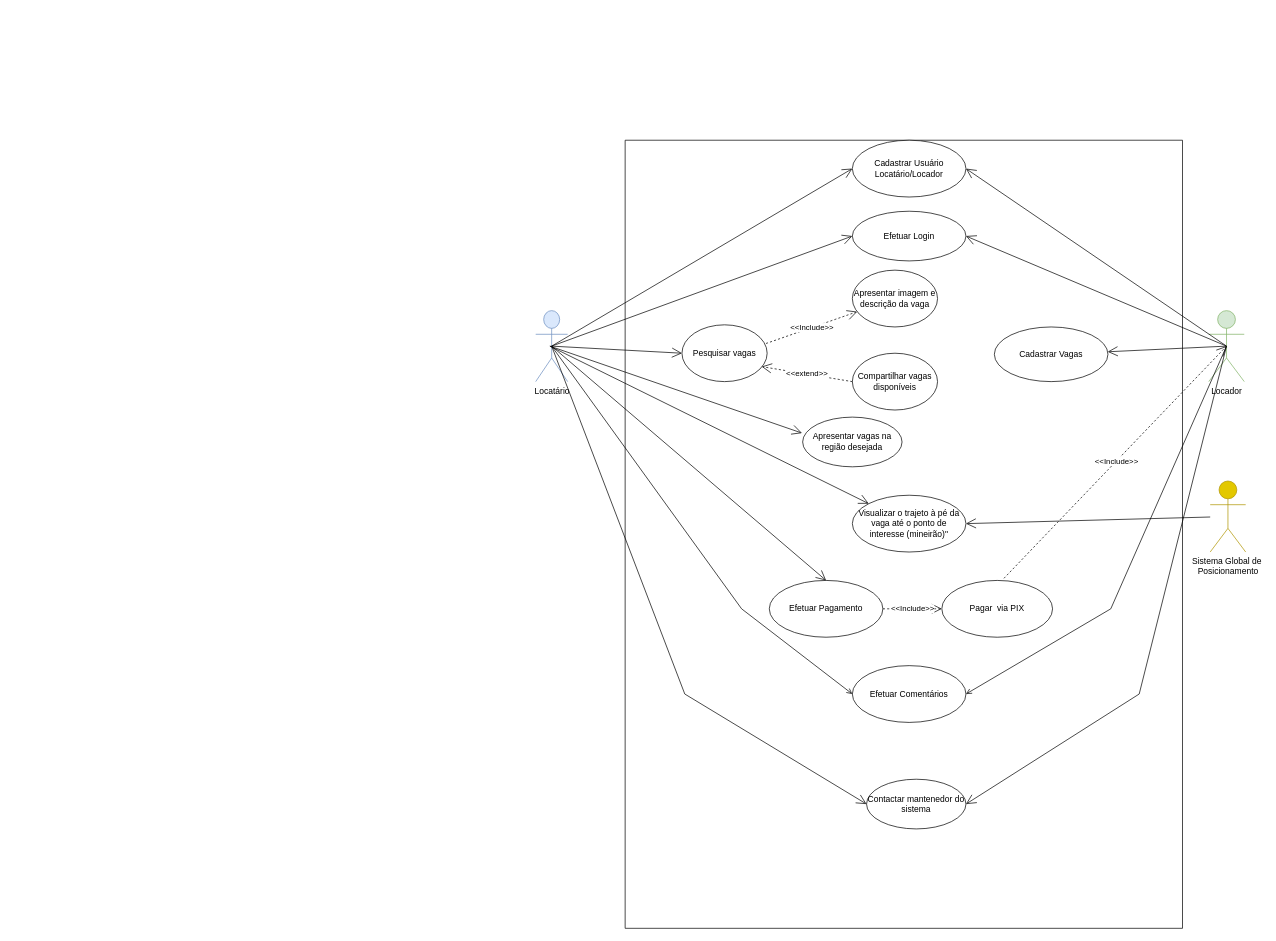
This is docs/Diagrama/Diagrama sem nome.drawio from ICEI-PUC-Minas-PMV-ADS/pmv-ads-2023-2-e2-proj-int-t3-park4you, a draw.io file, before an edit. Source tidied: cells renumbered, new cells numbered last; positions are measured from the earlier drawing's top-left corner, leaving out a move shared by most shapes. Both pictures are drawn from the tidied source at 71%, with x=0, y=0 at pixel (535, 140).
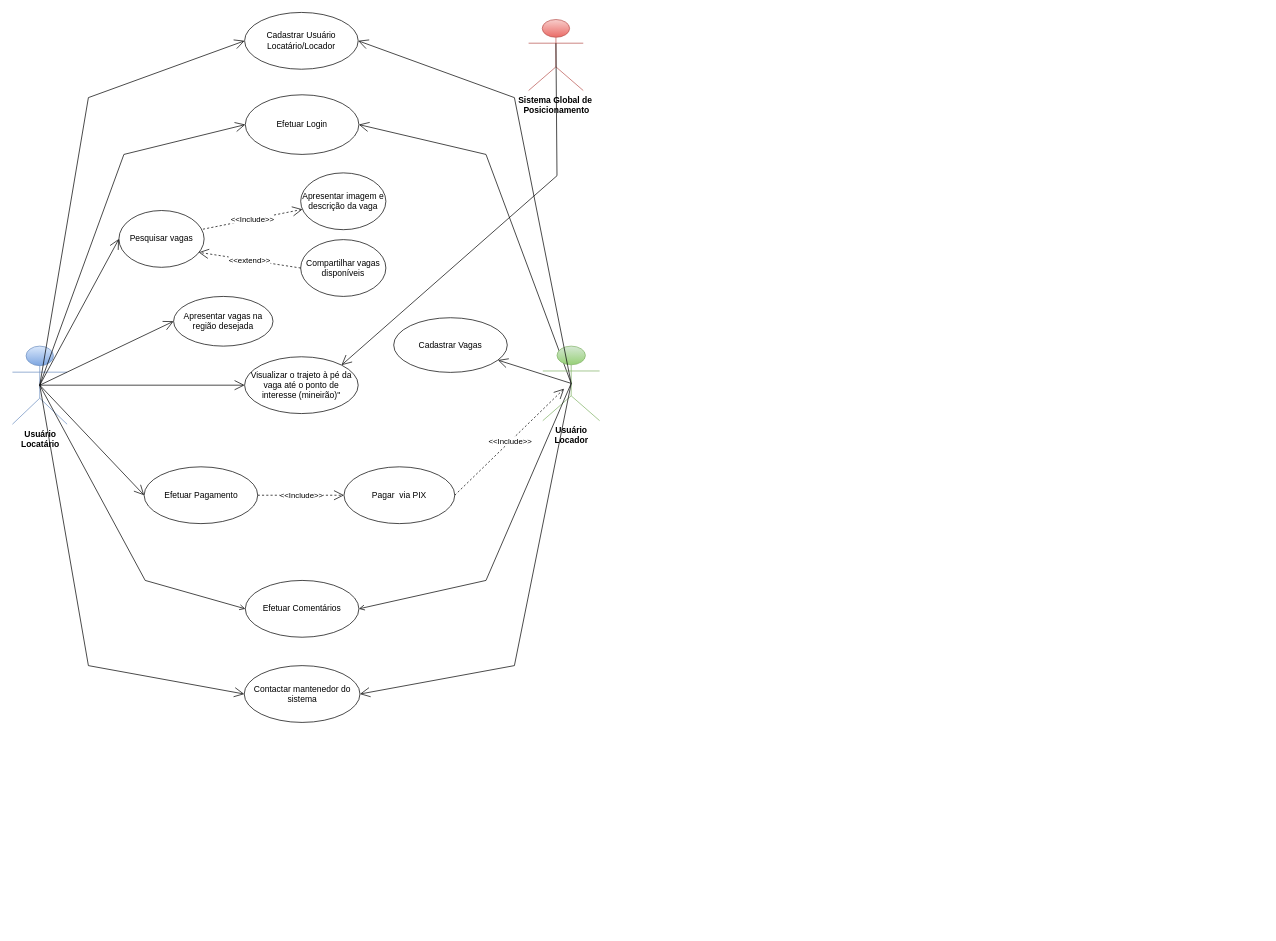
The same page after the edit.

Change to the diagram source:
```diff
@@
-    <mxCell id="2" style="swimlane;startSize=0;" parent="1" vertex="1">
-      <mxGeometry x="126" width="785" height="1110" as="geometry" />
+    <mxCell id="2" style="swimlane;startSize=0;swimlaneLine=1;opacity=0;" parent="1" vertex="1">
+      <mxGeometry x="-670" y="-180" width="680" height="1050" as="geometry" />
     </mxCell>
     <mxCell id="3" value="Apresentar vagas na região desejada" style="ellipse;whiteSpace=wrap;html=1;" parent="2" vertex="1">
-      <mxGeometry x="250" y="390" width="140" height="70" as="geometry" />
+      <mxGeometry x="160" y="400" width="140" height="70" as="geometry" />
     </mxCell>
     <mxCell id="4" value="Visualizar o trajeto à pé da vaga até o ponto de interesse (mineirão)&quot;" style="ellipse;whiteSpace=wrap;html=1;" parent="2" vertex="1">
-      <mxGeometry x="320" y="500" width="160" height="80" as="geometry" />
+      <mxGeometry x="260" y="485" width="160" height="80" as="geometry" />
     </mxCell>
     <mxCell id="5" value="Apresentar imagem e descrição da vaga" style="ellipse;whiteSpace=wrap;html=1;" parent="2" vertex="1">
-      <mxGeometry x="320" y="183" width="120" height="80" as="geometry" />
+      <mxGeometry x="339" y="226" width="120" height="80" as="geometry" />
     </mxCell>
     <mxCell id="6" value="Cadastrar Usuário&lt;br&gt;Locatário/Locador" style="ellipse;whiteSpace=wrap;html=1;" parent="2" vertex="1">
-      <mxGeometry x="320" width="160" height="80" as="geometry" />
+      <mxGeometry x="260" width="160" height="80" as="geometry" />
     </mxCell>
     <mxCell id="7" value="Contactar mantenedor do sistema" style="ellipse;whiteSpace=wrap;html=1;" parent="2" vertex="1">
-      <mxGeometry x="340" y="900" width="140" height="70" as="geometry" />
+      <mxGeometry x="259.5" y="920" width="163" height="80" as="geometry" />
     </mxCell>
     <mxCell id="8" value="Efetuar Pagamento" style="ellipse;whiteSpace=wrap;html=1;" parent="2" vertex="1">
-      <mxGeometry x="203" y="620" width="160" height="80" as="geometry" />
+      <mxGeometry x="118.5" y="640" width="160" height="80" as="geometry" />
     </mxCell>
     <mxCell id="9" value="Efetuar Login" style="ellipse;whiteSpace=wrap;html=1;" parent="2" vertex="1">
-      <mxGeometry x="320" y="100" width="160" height="70" as="geometry" />
+      <mxGeometry x="261" y="116" width="160" height="84" as="geometry" />
     </mxCell>
     <mxCell id="10" value="Compartilhar vagas disponíveis" style="ellipse;whiteSpace=wrap;html=1;" parent="2" vertex="1">
-      <mxGeometry x="320" y="300" width="120" height="80" as="geometry" />
+      <mxGeometry x="339" y="320" width="120" height="80" as="geometry" />
     </mxCell>
     <mxCell id="11" value="Cadastrar Vagas" style="ellipse;whiteSpace=wrap;html=1;" parent="2" vertex="1">
-      <mxGeometry x="520" y="263" width="160" height="77" as="geometry" />
+      <mxGeometry x="470" y="430" width="160" height="77" as="geometry" />
     </mxCell>
     <mxCell id="12" value="Pagar&amp;nbsp; via PIX" style="ellipse;whiteSpace=wrap;html=1;" parent="2" vertex="1">
-      <mxGeometry x="446" y="620" width="156" height="80" as="geometry" />
+      <mxGeometry x="400" y="640" width="156" height="80" as="geometry" />
     </mxCell>
     <mxCell id="13" value="Efetuar Comentários" style="ellipse;whiteSpace=wrap;html=1;" parent="2" vertex="1">
-      <mxGeometry x="320" y="740" width="160" height="80" as="geometry" />
+      <mxGeometry x="261" y="800" width="160" height="80" as="geometry" />
     </mxCell>
     <mxCell id="14" value="Pesquisar vagas" style="ellipse;whiteSpace=wrap;html=1;" parent="2" vertex="1">
-      <mxGeometry x="80" y="260" width="120" height="80" as="geometry" />
+      <mxGeometry x="83" y="279" width="120" height="80" as="geometry" />
     </mxCell>
@@
-    <mxCell id="18" value="Locatário" style="shape=umlActor;verticalLabelPosition=bottom;verticalAlign=top;html=1;outlineConnect=0;fillColor=#dae8fc;strokeColor=#6c8ebf;" parent="1" vertex="1">
-      <mxGeometry y="240" width="45" height="100" as="geometry" />
+    <mxCell id="18" value="Usuário &lt;br&gt;Locatário" style="shape=umlActor;verticalLabelPosition=bottom;verticalAlign=top;html=1;outlineConnect=0;fillColor=#dae8fc;strokeColor=#6c8ebf;fontStyle=1;gradientColor=#7ea6e0;" parent="1" vertex="1">
+      <mxGeometry x="-737" y="290" width="77" height="110" as="geometry" />
     </mxCell>
-    <mxCell id="19" value="Sistema Global de&amp;nbsp;&lt;br&gt;Posicionamento" style="shape=umlActor;verticalLabelPosition=bottom;verticalAlign=top;html=1;fillColor=#e3c800;fontColor=#000000;strokeColor=#B09500;" parent="1" vertex="1">
-      <mxGeometry x="950" y="480" width="50" height="100" as="geometry" />
+    <mxCell id="19" value="&lt;b&gt;Sistema Global de&amp;nbsp;&lt;br&gt;Posicionamento&lt;/b&gt;" style="shape=umlActor;verticalLabelPosition=bottom;verticalAlign=top;html=1;fillColor=#f8cecc;strokeColor=#b85450;gradientColor=#ea6b66;" parent="1" vertex="1">
+      <mxGeometry x="-10" y="-170" width="77" height="100" as="geometry" />
     </mxCell>
     <mxCell id="20" style="endArrow=open;endFill=1;endSize=12;html=1;rounded=0;exitX=0.5;exitY=0.5;exitDx=0;exitDy=0;exitPerimeter=0;entryX=0;entryY=0.5;entryDx=0;entryDy=0;" parent="1" edge="1" source="18" target="6">
-      <mxGeometry relative="1" as="geometry" />
+      <mxGeometry relative="1" as="geometry">
+        <Array as="points">
+          <mxPoint x="-630" y="-60" />
+        </Array>
+      </mxGeometry>
     </mxCell>
     <mxCell id="21" style="endArrow=open;endFill=1;endSize=12;html=1;rounded=0;entryX=0;entryY=0.5;entryDx=0;entryDy=0;exitX=0.5;exitY=0.5;exitDx=0;exitDy=0;exitPerimeter=0;" parent="1" edge="1" source="18" target="9">
-      <mxGeometry relative="1" as="geometry" />
+      <mxGeometry relative="1" as="geometry">
+        <Array as="points">
+          <mxPoint x="-580" y="20" />
+        </Array>
+      </mxGeometry>
     </mxCell>
@@
-    <mxCell id="23" style="endArrow=open;endFill=1;endSize=12;html=1;rounded=0;" parent="1" edge="1" target="4">
-      <mxGeometry relative="1" as="geometry">
-        <mxPoint x="20" y="290" as="sourcePoint" />
-      </mxGeometry>
+    <mxCell id="23" style="endArrow=open;endFill=1;endSize=12;html=1;rounded=0;exitX=0.5;exitY=0.5;exitDx=0;exitDy=0;exitPerimeter=0;" parent="1" edge="1" source="18" target="4">
+      <mxGeometry relative="1" as="geometry" />
     </mxCell>
-    <mxCell id="24" style="endArrow=open;endFill=1;endSize=12;html=1;rounded=0;exitX=0.5;exitY=0.5;exitDx=0;exitDy=0;exitPerimeter=0;entryX=0.5;entryY=0;entryDx=0;entryDy=0;" parent="1" edge="1" source="18" target="8">
+    <mxCell id="24" style="endArrow=open;endFill=1;endSize=12;html=1;rounded=0;exitX=0.5;exitY=0.5;exitDx=0;exitDy=0;exitPerimeter=0;entryX=0;entryY=0.5;entryDx=0;entryDy=0;" parent="1" edge="1" source="18" target="8">
       <mxGeometry relative="1" as="geometry" />
     </mxCell>
-    <mxCell id="25" style="endArrow=open;endFill=1;endSize=12;html=1;rounded=0;entryX=1;entryY=0.5;entryDx=0;entryDy=0;" parent="1" edge="1" source="19" target="4">
-      <mxGeometry relative="1" as="geometry" />
+    <mxCell id="25" style="endArrow=open;endFill=1;endSize=12;html=1;rounded=0;entryX=1;entryY=0;entryDx=0;entryDy=0;exitX=0.5;exitY=0.334;exitDx=0;exitDy=0;exitPerimeter=0;" parent="1" edge="1" source="19" target="4">
+      <mxGeometry relative="1" as="geometry">
+        <Array as="points">
+          <mxPoint x="30" y="50" />
+        </Array>
+      </mxGeometry>
     </mxCell>
     <mxCell id="26" style="endArrow=open;endFill=1;html=1;rounded=0;entryX=0;entryY=0.5;entryDx=0;entryDy=0;exitX=0.5;exitY=0.5;exitDx=0;exitDy=0;exitPerimeter=0;" parent="1" edge="1" source="18" target="13">
       <mxGeometry relative="1" as="geometry">
         <Array as="points">
-          <mxPoint x="290" y="660" />
+          <mxPoint x="-550" y="620" />
         </Array>
       </mxGeometry>
     </mxCell>
     <mxCell id="27" style="endArrow=open;endFill=1;endSize=12;html=1;rounded=0;entryX=0;entryY=0.5;entryDx=0;entryDy=0;exitX=0.5;exitY=0.5;exitDx=0;exitDy=0;exitPerimeter=0;" parent="1" edge="1" source="18" target="7">
       <mxGeometry relative="1" as="geometry">
         <Array as="points">
-          <mxPoint x="210" y="780" />
+          <mxPoint x="-630" y="740" />
         </Array>
       </mxGeometry>
     </mxCell>
-    <mxCell id="28" style="endArrow=open;endFill=1;endSize=12;html=1;rounded=0;entryX=-0.007;entryY=0.321;entryDx=0;entryDy=0;entryPerimeter=0;" parent="1" edge="1" target="3">
-      <mxGeometry relative="1" as="geometry">
-        <mxPoint x="20" y="290" as="sourcePoint" />
-      </mxGeometry>
+    <mxCell id="28" style="endArrow=open;endFill=1;endSize=12;html=1;rounded=0;entryX=0;entryY=0.5;entryDx=0;entryDy=0;exitX=0.5;exitY=0.5;exitDx=0;exitDy=0;exitPerimeter=0;" parent="1" edge="1" source="18" target="3">
+      <mxGeometry relative="1" as="geometry" />
     </mxCell>
     <mxCell id="29" style="endArrow=open;endFill=1;endSize=12;html=1;rounded=0;entryX=1;entryY=0.5;entryDx=0;entryDy=0;exitX=0.5;exitY=0.5;exitDx=0;exitDy=0;exitPerimeter=0;" parent="1" edge="1" source="30" target="9">
-      <mxGeometry relative="1" as="geometry" />
+      <mxGeometry relative="1" as="geometry">
+        <Array as="points">
+          <mxPoint x="-70" y="20" />
+        </Array>
+      </mxGeometry>
     </mxCell>
-    <mxCell id="30" value="Locador" style="shape=umlActor;verticalLabelPosition=bottom;verticalAlign=top;html=1;outlineConnect=0;fillColor=#d5e8d4;strokeColor=#82b366;" parent="1" vertex="1">
-      <mxGeometry x="948" y="240" width="50" height="100" as="geometry" />
+    <mxCell id="30" value="Usuário&lt;br&gt;Locador" style="shape=umlActor;verticalLabelPosition=bottom;verticalAlign=top;html=1;outlineConnect=0;fillColor=#d5e8d4;strokeColor=#82b366;fontStyle=1;gradientColor=#97d077;" parent="1" vertex="1">
+      <mxGeometry x="10" y="290" width="80" height="105" as="geometry" />
     </mxCell>
@@
     <mxCell id="32" style="endArrow=open;endFill=1;endSize=12;html=1;rounded=0;entryX=1;entryY=0.5;entryDx=0;entryDy=0;exitX=0.5;exitY=0.5;exitDx=0;exitDy=0;exitPerimeter=0;" parent="1" edge="1" source="30" target="7">
       <mxGeometry relative="1" as="geometry">
         <Array as="points">
-          <mxPoint x="850" y="780" />
+          <mxPoint x="-30" y="740" />
         </Array>
       </mxGeometry>
     </mxCell>
-    <mxCell id="33" style="endArrow=open;endFill=1;endSize=12;html=1;rounded=0;entryX=1;entryY=0.5;entryDx=0;entryDy=0;" parent="1" edge="1" target="6">
+    <mxCell id="33" style="endArrow=open;endFill=1;endSize=12;html=1;rounded=0;entryX=1;entryY=0.5;entryDx=0;entryDy=0;exitX=0.5;exitY=0.5;exitDx=0;exitDy=0;exitPerimeter=0;" parent="1" edge="1" source="30" target="6">
       <mxGeometry relative="1" as="geometry">
-        <mxPoint x="973" y="290" as="sourcePoint" />
+        <Array as="points">
+          <mxPoint x="-30" y="-60" />
+        </Array>
       </mxGeometry>
     </mxCell>
     <mxCell id="34" style="endArrow=open;endFill=1;html=1;rounded=0;entryX=1;entryY=0.5;entryDx=0;entryDy=0;exitX=0.5;exitY=0.5;exitDx=0;exitDy=0;exitPerimeter=0;" parent="1" edge="1" source="30" target="13">
       <mxGeometry relative="1" as="geometry">
         <Array as="points">
-          <mxPoint x="810" y="660" />
+          <mxPoint x="-70" y="620" />
         </Array>
       </mxGeometry>
     </mxCell>
-    <mxCell id="35" value="&amp;lt;&amp;lt;Include&amp;gt;&amp;gt;" style="endArrow=open;endSize=12;dashed=1;html=1;rounded=0;exitX=0.561;exitY=-0.037;exitDx=0;exitDy=0;entryX=0.5;entryY=0.5;entryDx=0;entryDy=0;entryPerimeter=0;exitPerimeter=0;" parent="1" edge="1" source="12" target="30">
-      <mxGeometry x="0.01" relative="1" as="geometry" />
+    <mxCell id="35" value="&amp;lt;&amp;lt;Include&amp;gt;&amp;gt;" style="endArrow=open;endSize=12;dashed=1;html=1;rounded=0;exitX=1;exitY=0.5;exitDx=0;exitDy=0;" parent="1" edge="1" source="12">
+      <mxGeometry x="0.01" relative="1" as="geometry">
+        <mxPoint x="40" y="350" as="targetPoint" />
+      </mxGeometry>
     </mxCell>
```
